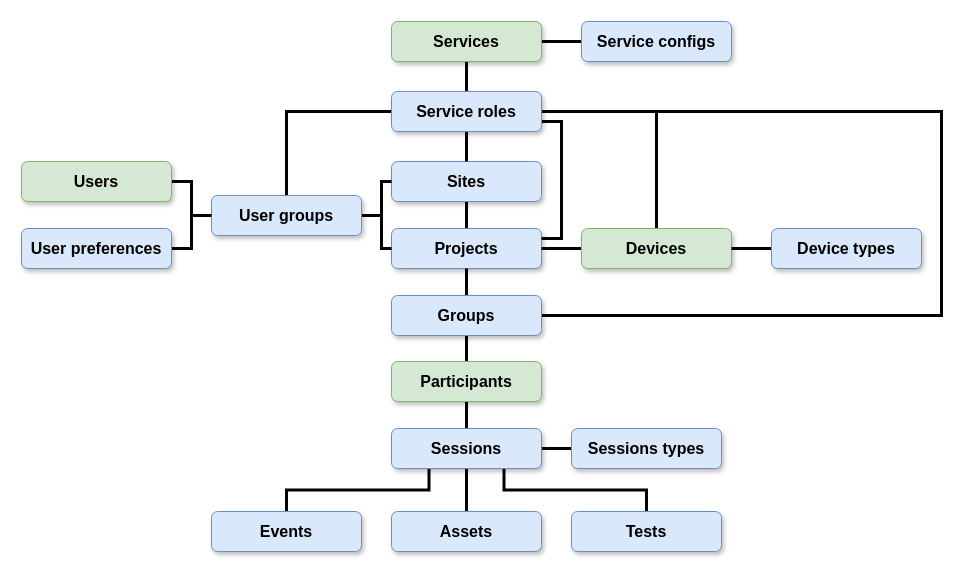
introlab/opentera keeps this draw.io diagram as docs/images/OpenTera_DatabaseObjects.drawio. Above is the earlier version. Source tidied: cells renumbered, new cells numbered last; positions are measured from the earlier drawing's top-left corner, leaving out a move shared by most shapes. Both pictures are drawn from the tidied source at 100%, with x=0, y=0 at pixel (21, 21).
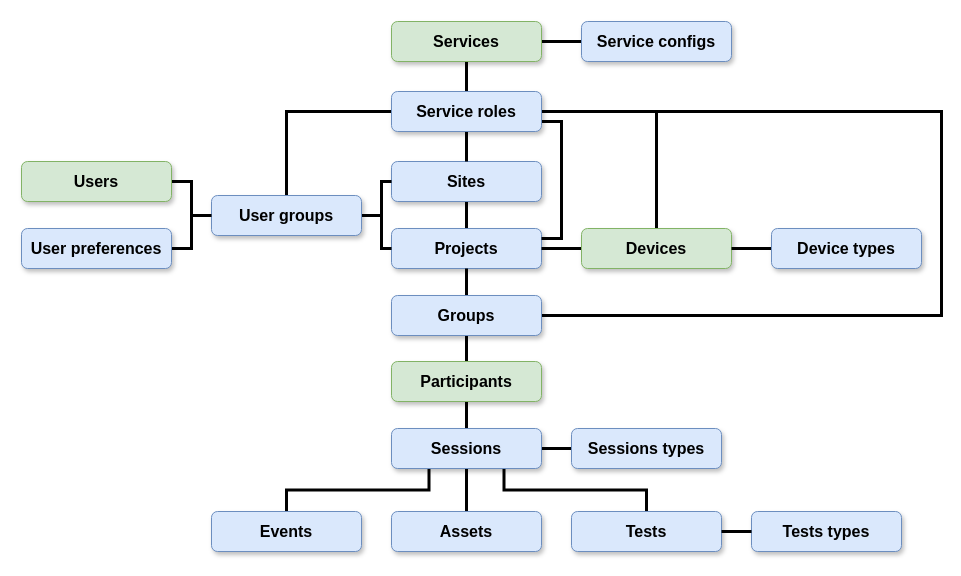
Above is the later version.

Unchanged cells that the change refers to:
```xml
<mxCell id="18" value="&lt;font style=&quot;font-size: 16px&quot;&gt;&lt;b&gt;Tests&lt;/b&gt;&lt;/font&gt;" style="rounded=1;whiteSpace=wrap;html=1;fillColor=#dae8fc;strokeColor=#6c8ebf;shadow=1;" parent="1" vertex="1">
  <mxGeometry x="550" y="490" width="150" height="40" as="geometry" />
</mxCell>
```

Change to the diagram source:
```diff
@@
+    <mxCell id="40" value="&lt;font style=&quot;font-size: 16px&quot;&gt;&lt;b&gt;Tests types&lt;br&gt;&lt;/b&gt;&lt;/font&gt;" style="rounded=1;whiteSpace=wrap;html=1;fillColor=#dae8fc;strokeColor=#6c8ebf;shadow=1;" parent="1" vertex="1">
+      <mxGeometry x="730" y="490" width="150" height="40" as="geometry" />
+    </mxCell>
+    <mxCell id="41" style="edgeStyle=orthogonalEdgeStyle;rounded=0;jettySize=auto;html=1;exitX=1;exitY=0.5;exitDx=0;exitDy=0;entryX=0;entryY=0.5;entryDx=0;entryDy=0;endArrow=none;endFill=0;strokeWidth=3;" parent="1" edge="1" source="18" target="40">
+      <mxGeometry relative="1" as="geometry" />
+    </mxCell>
```
